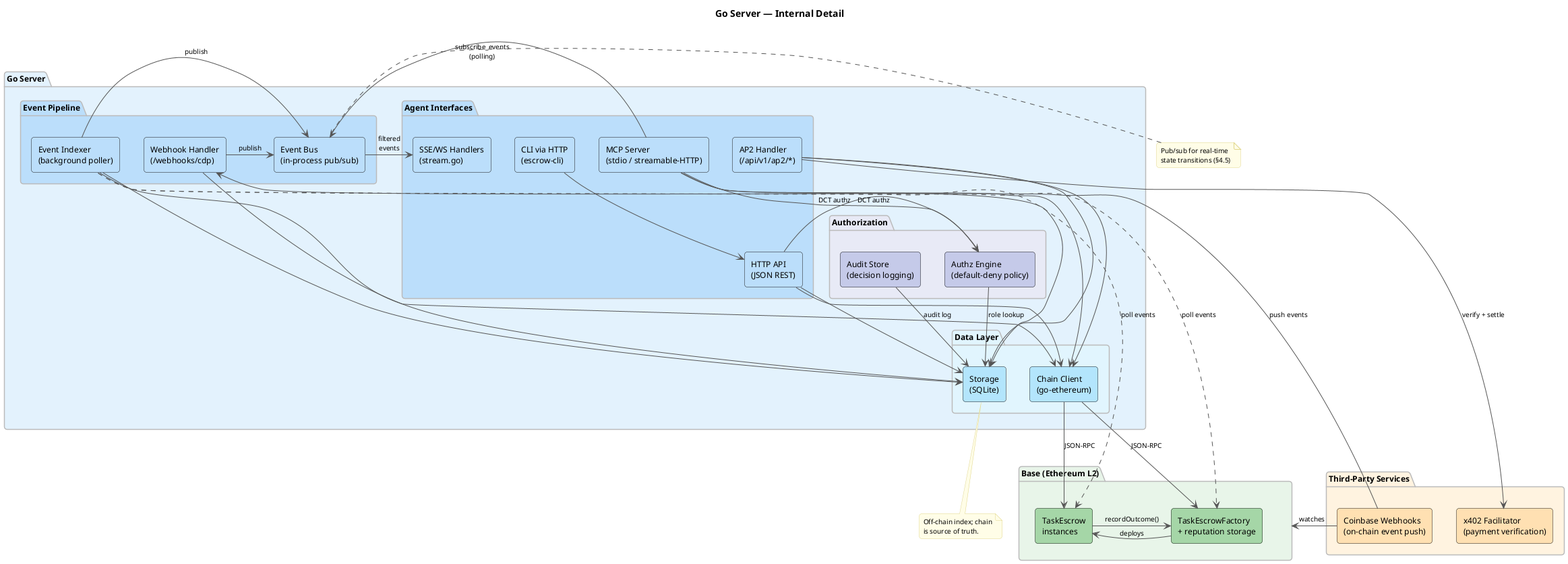
This is docs/diagrams/architecture-detail.png from eddiefleurent/agent-escrow, a PlantUML export, as it was before one commit.
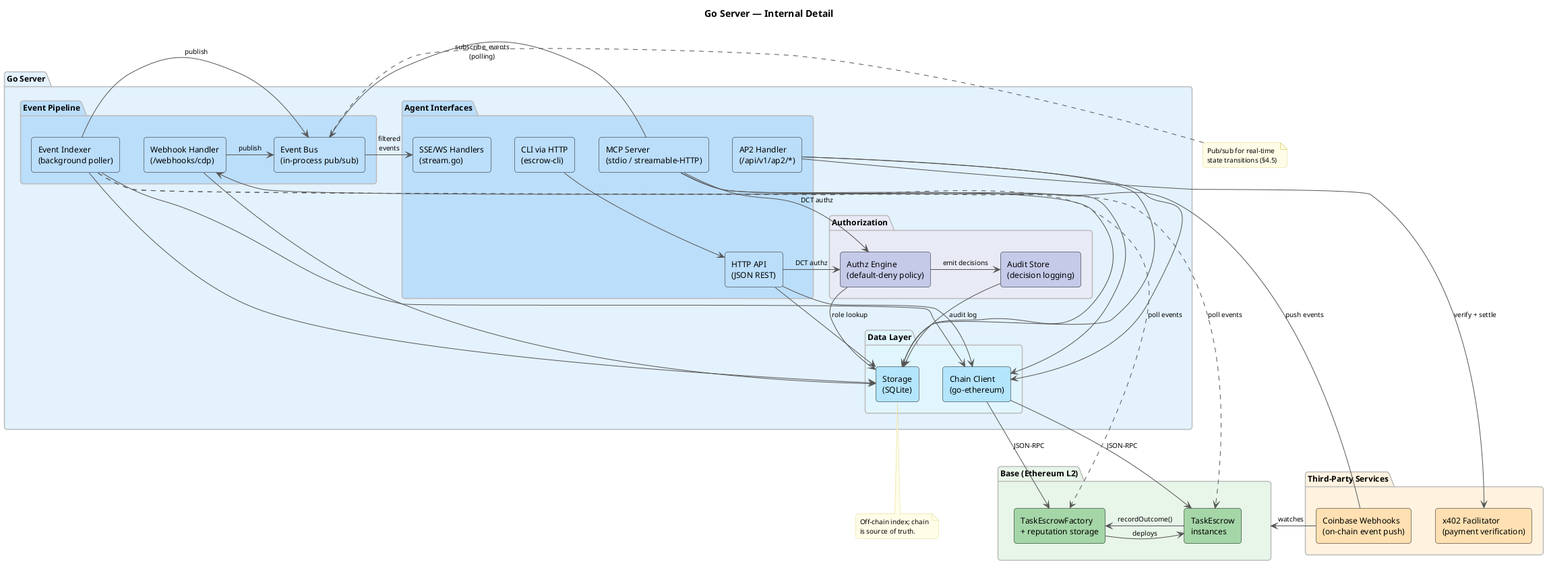
The same diagram one commit later.

What changed in the source:
```diff
@@ -57,6 +57,7 @@
   ap2 -down-> chain_client
   ap2 -down-> storage
   authz_engine -down-> storage : role lookup
+  authz_engine -right-> audit_store : emit decisions
   audit_store -down-> storage : audit log
   webhook -down-> storage
   webhook -right-> event_bus : publish
```
